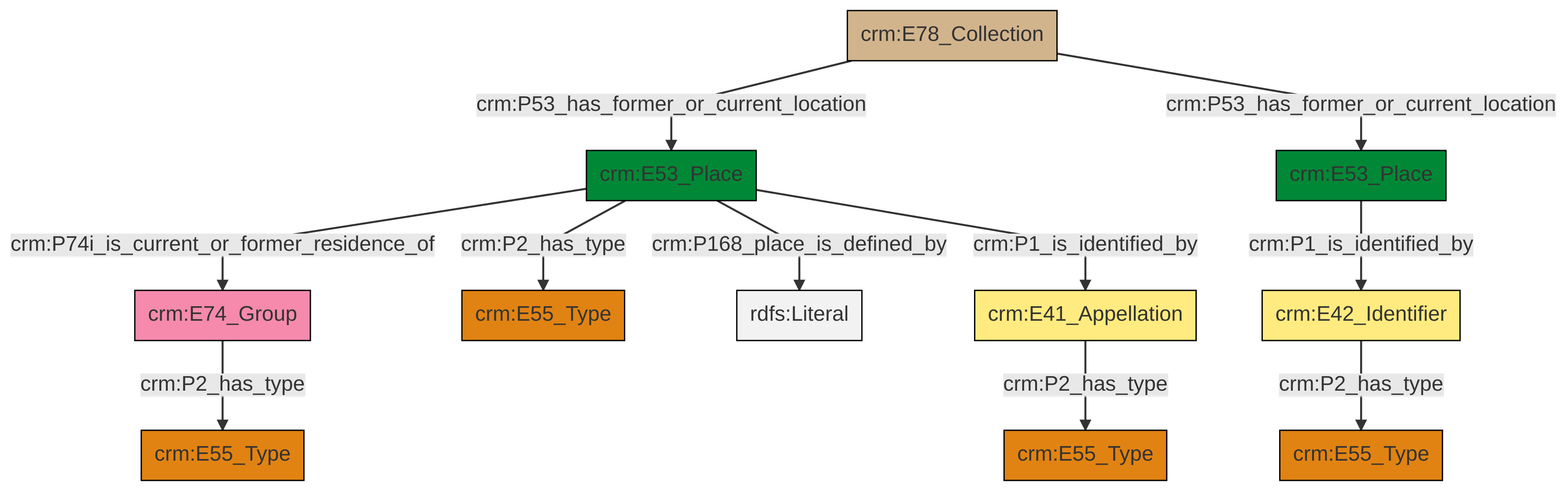
Above: et/archivalCSV/ttl/mmd/png/archival_location.png in swiss-art-research-net/docs.swissartresearch (Mermaid), before the change. Its source is kept beside it as et/archivalCSV/ttl/mmd/archival_location.ttl.mmd. Source of this version:
```mermaid
graph TD
classDef Literal fill:#f2f2f2,stroke:#000000;
classDef CRM_Entity fill:#FFFFFF,stroke:#000000;
classDef Temporal_Entity fill:#00C9E6, stroke:#000000;
classDef Type fill:#E18312, stroke:#000000;
classDef Time-Span fill:#2C9C91, stroke:#000000;
classDef Appellation fill:#FFEB7F, stroke:#000000;
classDef Place fill:#008836, stroke:#000000;
classDef Persistent_Item fill:#B266B2, stroke:#000000;
classDef Conceptual_Object fill:#FFD700, stroke:#000000;
classDef Physical_Thing fill:#D2B48C, stroke:#000000;
classDef Actor fill:#f58aad, stroke:#000000;
classDef PC_Classes fill:#4ce600, stroke:#000000;
classDef Multi fill:#cccccc,stroke:#000000;

8["crm:E53_Place"]:::Place -->|crm:P74i_is_current_or_former_residence_of| 9["crm:E74_Group"]:::Actor
8["crm:E53_Place"]:::Place -->|crm:P2_has_type| 4["crm:E55_Type"]:::Type
8["crm:E53_Place"]:::Place -->|crm:P168_place_is_defined_by| 14[rdfs:Literal]:::Literal
8["crm:E53_Place"]:::Place -->|crm:P1_is_identified_by| 10["crm:E41_Appellation"]:::Appellation
0["crm:E42_Identifier"]:::Appellation -->|crm:P2_has_type| 2["crm:E55_Type"]:::Type
10["crm:E41_Appellation"]:::Appellation -->|crm:P2_has_type| 6["crm:E55_Type"]:::Type
16["crm:E78_Collection"]:::Physical_Thing -->|crm:P53_has_former_or_current_location| 8["crm:E53_Place"]:::Place
19["crm:E53_Place"]:::Place -->|crm:P1_is_identified_by| 0["crm:E42_Identifier"]:::Appellation
9["crm:E74_Group"]:::Actor -->|crm:P2_has_type| 12["crm:E55_Type"]:::Type
16["crm:E78_Collection"]:::Physical_Thing -->|crm:P53_has_former_or_current_location| 19["crm:E53_Place"]:::Place
```
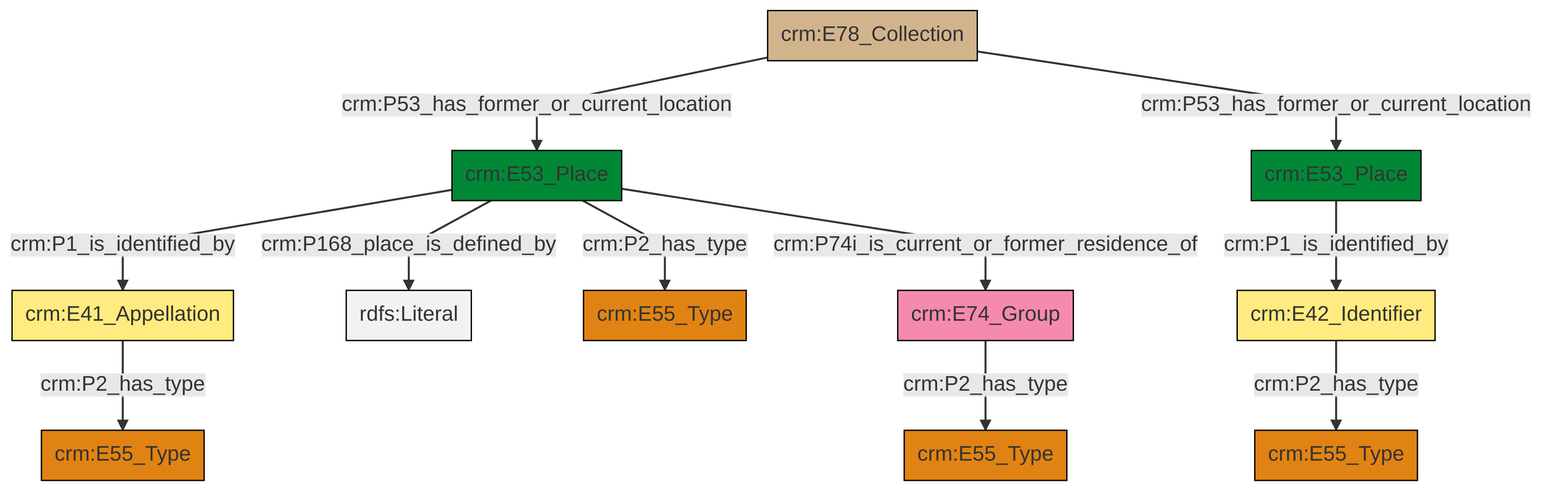
The same diagram one commit later.

What changed in the source:
```diff
@@ -13,13 +13,13 @@
 classDef PC_Classes fill:#4ce600, stroke:#000000;
 classDef Multi fill:#cccccc,stroke:#000000;
 
-8["crm:E53_Place"]:::Place -->|crm:P74i_is_current_or_former_residence_of| 9["crm:E74_Group"]:::Actor
-8["crm:E53_Place"]:::Place -->|crm:P2_has_type| 4["crm:E55_Type"]:::Type
-8["crm:E53_Place"]:::Place -->|crm:P168_place_is_defined_by| 14[rdfs:Literal]:::Literal
-8["crm:E53_Place"]:::Place -->|crm:P1_is_identified_by| 10["crm:E41_Appellation"]:::Appellation
-0["crm:E42_Identifier"]:::Appellation -->|crm:P2_has_type| 2["crm:E55_Type"]:::Type
-10["crm:E41_Appellation"]:::Appellation -->|crm:P2_has_type| 6["crm:E55_Type"]:::Type
-16["crm:E78_Collection"]:::Physical_Thing -->|crm:P53_has_former_or_current_location| 8["crm:E53_Place"]:::Place
-19["crm:E53_Place"]:::Place -->|crm:P1_is_identified_by| 0["crm:E42_Identifier"]:::Appellation
-9["crm:E74_Group"]:::Actor -->|crm:P2_has_type| 12["crm:E55_Type"]:::Type
-16["crm:E78_Collection"]:::Physical_Thing -->|crm:P53_has_former_or_current_location| 19["crm:E53_Place"]:::Place
+2["crm:E74_Group"]:::Actor -->|crm:P2_has_type| 3["crm:E55_Type"]:::Type
+5["crm:E53_Place"]:::Place -->|crm:P1_is_identified_by| 6["crm:E41_Appellation"]:::Appellation
+5["crm:E53_Place"]:::Place -->|crm:P168_place_is_defined_by| 7[rdfs:Literal]:::Literal
+10["crm:E42_Identifier"]:::Appellation -->|crm:P2_has_type| 8["crm:E55_Type"]:::Type
+5["crm:E53_Place"]:::Place -->|crm:P2_has_type| 12["crm:E55_Type"]:::Type
+20["crm:E78_Collection"]:::Physical_Thing -->|crm:P53_has_former_or_current_location| 5["crm:E53_Place"]:::Place
+6["crm:E41_Appellation"]:::Appellation -->|crm:P2_has_type| 14["crm:E55_Type"]:::Type
+5["crm:E53_Place"]:::Place -->|crm:P74i_is_current_or_former_residence_of| 2["crm:E74_Group"]:::Actor
+0["crm:E53_Place"]:::Place -->|crm:P1_is_identified_by| 10["crm:E42_Identifier"]:::Appellation
+20["crm:E78_Collection"]:::Physical_Thing -->|crm:P53_has_former_or_current_location| 0["crm:E53_Place"]:::Place
```
